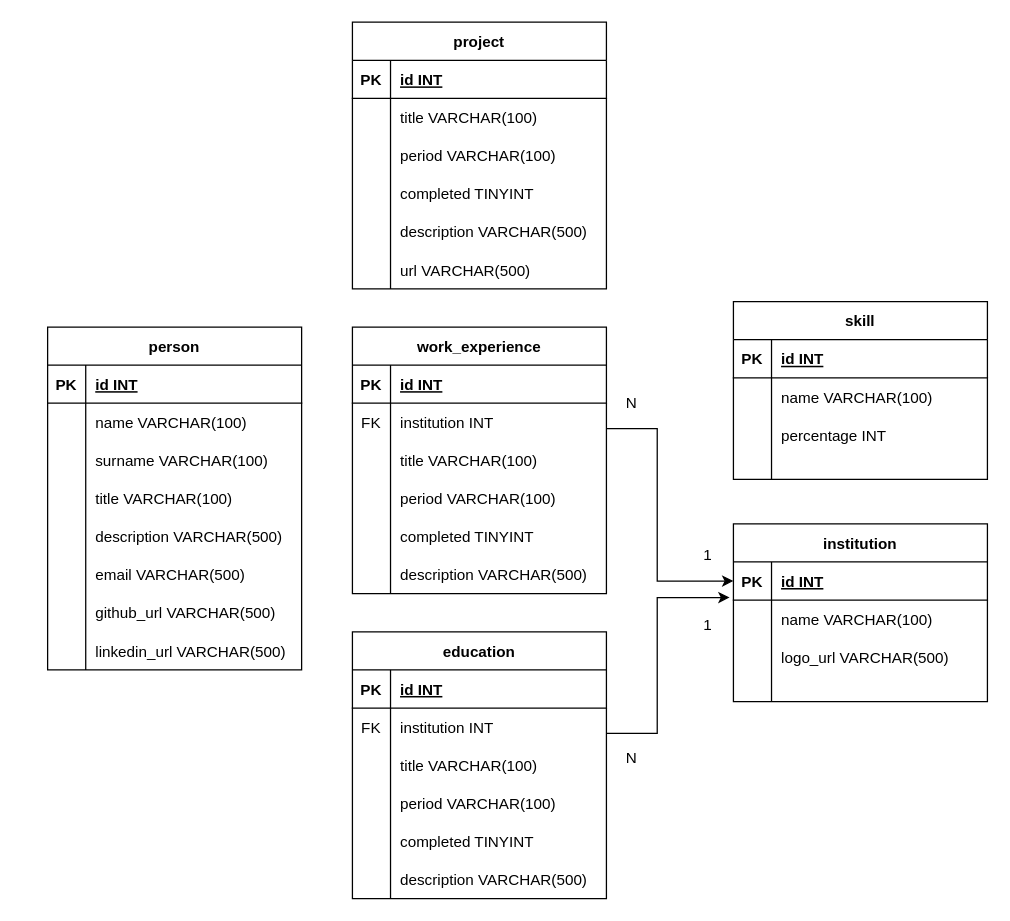
This is base de datos/modelo relacional.drawio from sebastian-charras/portfolio-BackEnd, a draw.io file, before an edit. Source tidied: cells renumbered, new cells numbered last; positions are measured from the earlier drawing's top-left corner, leaving out a move shared by most shapes. Both pictures are drawn from the tidied source at 127%, with x=0, y=0 at pixel (47, 22).
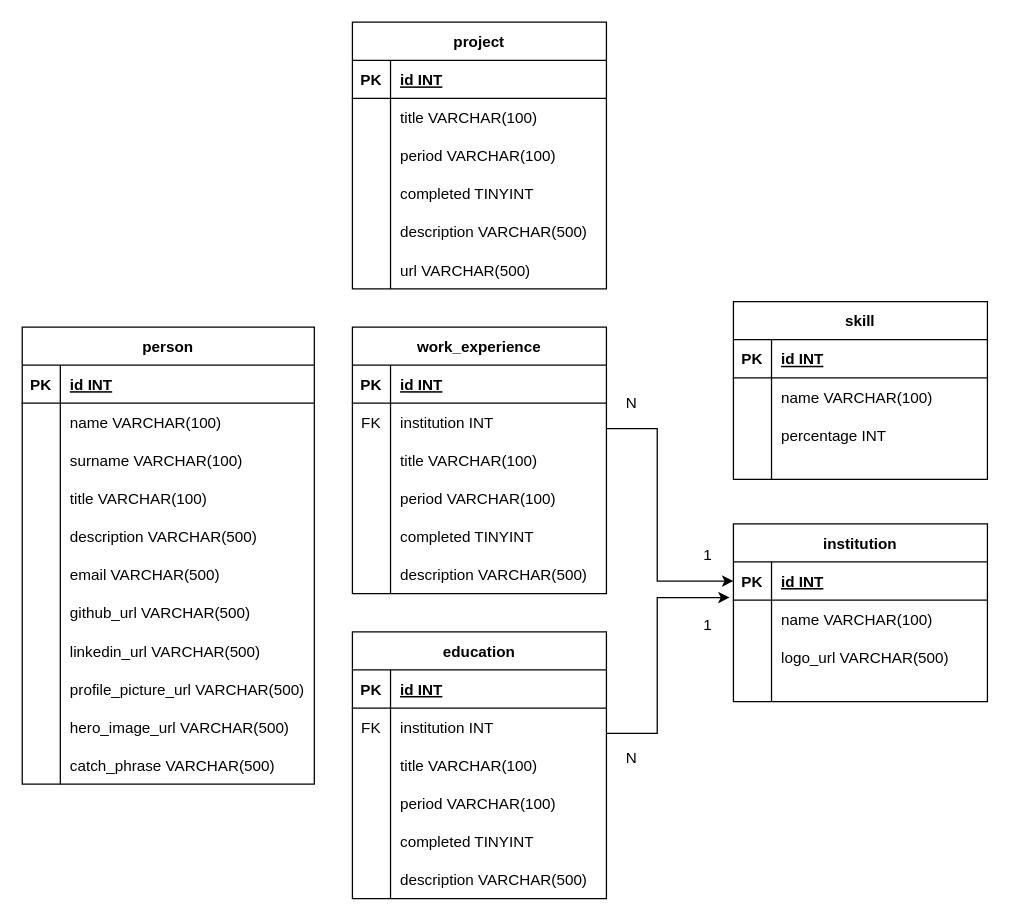
The same diagram, later.

The edit, as a diff of the source:
```diff
@@
     <mxCell id="2" value="person" style="shape=table;startSize=30;childLayout=tableLayout;rowLines=0;fontStyle=1;align=center;" parent="1" vertex="1">
-      <mxGeometry y="240" width="200" height="270" as="geometry" />
+      <mxGeometry x="-20" y="240" width="230" height="360" as="geometry" />
     </mxCell>
     <mxCell id="3" style="shape=tableRow;horizontal=0;startSize=0;swimlaneHead=0;swimlaneBody=0;fillColor=none;top=0;left=0;right=0;bottom=1;" parent="2" vertex="1">
-      <mxGeometry y="30" width="200" height="30" as="geometry" />
+      <mxGeometry y="30" width="230" height="30" as="geometry" />
     </mxCell>
@@
     <mxCell id="5" value="id INT" style="shape=partialRectangle;fillColor=none;top=0;left=0;bottom=0;right=0;align=left;spacingLeft=6;fontStyle=5;overflow=hidden;" parent="3" vertex="1">
-      <mxGeometry x="30" width="170" height="30" as="geometry" />
+      <mxGeometry x="30" width="200" height="30" as="geometry" />
     </mxCell>
     <mxCell id="6" style="shape=tableRow;horizontal=0;startSize=0;swimlaneHead=0;swimlaneBody=0;fillColor=none;top=0;left=0;right=0;bottom=0;" parent="2" vertex="1">
-      <mxGeometry y="60" width="200" height="30" as="geometry" />
+      <mxGeometry y="60" width="230" height="30" as="geometry" />
     </mxCell>
@@
     <mxCell id="8" value="name VARCHAR(100)" style="shape=partialRectangle;fillColor=none;top=0;left=0;bottom=0;right=0;align=left;spacingLeft=6;overflow=hidden;" parent="6" vertex="1">
-      <mxGeometry x="30" width="170" height="30" as="geometry" />
+      <mxGeometry x="30" width="200" height="30" as="geometry" />
     </mxCell>
     <mxCell id="9" style="shape=tableRow;horizontal=0;startSize=0;swimlaneHead=0;swimlaneBody=0;fillColor=none;top=0;left=0;right=0;bottom=0;" parent="2" vertex="1">
-      <mxGeometry y="90" width="200" height="30" as="geometry" />
+      <mxGeometry y="90" width="230" height="30" as="geometry" />
     </mxCell>
@@
     <mxCell id="11" value="surname VARCHAR(100)" style="shape=partialRectangle;fillColor=none;top=0;left=0;bottom=0;right=0;align=left;spacingLeft=6;overflow=hidden;" parent="9" vertex="1">
-      <mxGeometry x="30" width="170" height="30" as="geometry" />
+      <mxGeometry x="30" width="200" height="30" as="geometry" />
     </mxCell>
     <mxCell id="12" style="shape=tableRow;horizontal=0;startSize=0;swimlaneHead=0;swimlaneBody=0;fillColor=none;top=0;left=0;right=0;bottom=0;" parent="2" vertex="1">
-      <mxGeometry y="120" width="200" height="150" as="geometry" />
+      <mxGeometry y="120" width="230" height="240" as="geometry" />
     </mxCell>
     <mxCell id="13" style="shape=partialRectangle;fillColor=none;top=0;left=0;bottom=0;right=0;overflow=hidden;" parent="12" vertex="1">
-      <mxGeometry width="30" height="150" as="geometry" />
+      <mxGeometry width="30" height="240" as="geometry" />
     </mxCell>
     <mxCell id="14" style="shape=partialRectangle;fillColor=none;top=0;left=0;bottom=0;right=0;align=left;spacingLeft=6;overflow=hidden;" parent="12" vertex="1">
-      <mxGeometry x="30" width="170" height="150" as="geometry" />
+      <mxGeometry x="30" width="200" height="240" as="geometry" />
     </mxCell>
     <mxCell id="15" value="title VARCHAR(100)" style="shape=partialRectangle;fillColor=none;top=0;left=0;bottom=0;right=0;align=left;spacingLeft=6;overflow=hidden;" parent="1" vertex="1">
-      <mxGeometry x="30" y="360" width="150" height="30" as="geometry" />
+      <mxGeometry x="10" y="360" width="150" height="30" as="geometry" />
     </mxCell>
     <mxCell id="16" value="description VARCHAR(500)" style="shape=partialRectangle;fillColor=none;top=0;left=0;bottom=0;right=0;align=left;spacingLeft=6;overflow=hidden;" parent="1" vertex="1">
-      <mxGeometry x="30" y="390" width="160" height="30" as="geometry" />
+      <mxGeometry x="10" y="390" width="160" height="30" as="geometry" />
     </mxCell>
     <mxCell id="17" value="email VARCHAR(500)" style="shape=partialRectangle;fillColor=none;top=0;left=0;bottom=0;right=0;align=left;spacingLeft=6;overflow=hidden;" parent="1" vertex="1">
-      <mxGeometry x="30" y="420" width="150" height="30" as="geometry" />
+      <mxGeometry x="10" y="420" width="150" height="30" as="geometry" />
     </mxCell>
     <mxCell id="18" value="github_url VARCHAR(500)" style="shape=partialRectangle;fillColor=none;top=0;left=0;bottom=0;right=0;align=left;spacingLeft=6;overflow=hidden;" parent="1" vertex="1">
-      <mxGeometry x="30" y="450" width="150" height="30" as="geometry" />
+      <mxGeometry x="10" y="450" width="150" height="30" as="geometry" />
     </mxCell>
-    <mxCell id="19" value="linkedin_url VARCHAR(500)" style="shape=partialRectangle;fillColor=none;top=0;left=0;bottom=0;right=0;align=left;spacingLeft=6;overflow=hidden;" parent="1" vertex="1">
-      <mxGeometry x="30" y="480" width="170" height="30" as="geometry" />
+    <mxCell id="19" value="linkedin_url VARCHAR(500)" style="shape=partialRectangle;fillColor=none;top=0;left=0;bottom=0;right=0;align=left;spacingLeft=6;overflow=hidden;direction=south;" parent="1" vertex="1">
+      <mxGeometry x="10" y="480" width="200" height="30" as="geometry" />
     </mxCell>
@@
+    <mxCell id="100" value="hero_image_url VARCHAR(500)" style="shape=partialRectangle;fillColor=none;top=0;left=0;bottom=0;right=0;align=left;spacingLeft=6;overflow=hidden;" parent="1" vertex="1">
+      <mxGeometry x="10" y="540" width="190" height="30" as="geometry" />
+    </mxCell>
+    <mxCell id="101" value="profile_picture_url VARCHAR(500)" style="shape=partialRectangle;fillColor=none;top=0;left=0;bottom=0;right=0;align=left;spacingLeft=6;overflow=hidden;" parent="1" vertex="1">
+      <mxGeometry x="10" y="510" width="200" height="30" as="geometry" />
+    </mxCell>
+    <mxCell id="102" value="catch_phrase VARCHAR(500)" style="shape=partialRectangle;fillColor=none;top=0;left=0;bottom=0;right=0;align=left;spacingLeft=6;overflow=hidden;" parent="1" vertex="1">
+      <mxGeometry x="10" y="570" width="200" height="30" as="geometry" />
+    </mxCell>
```
